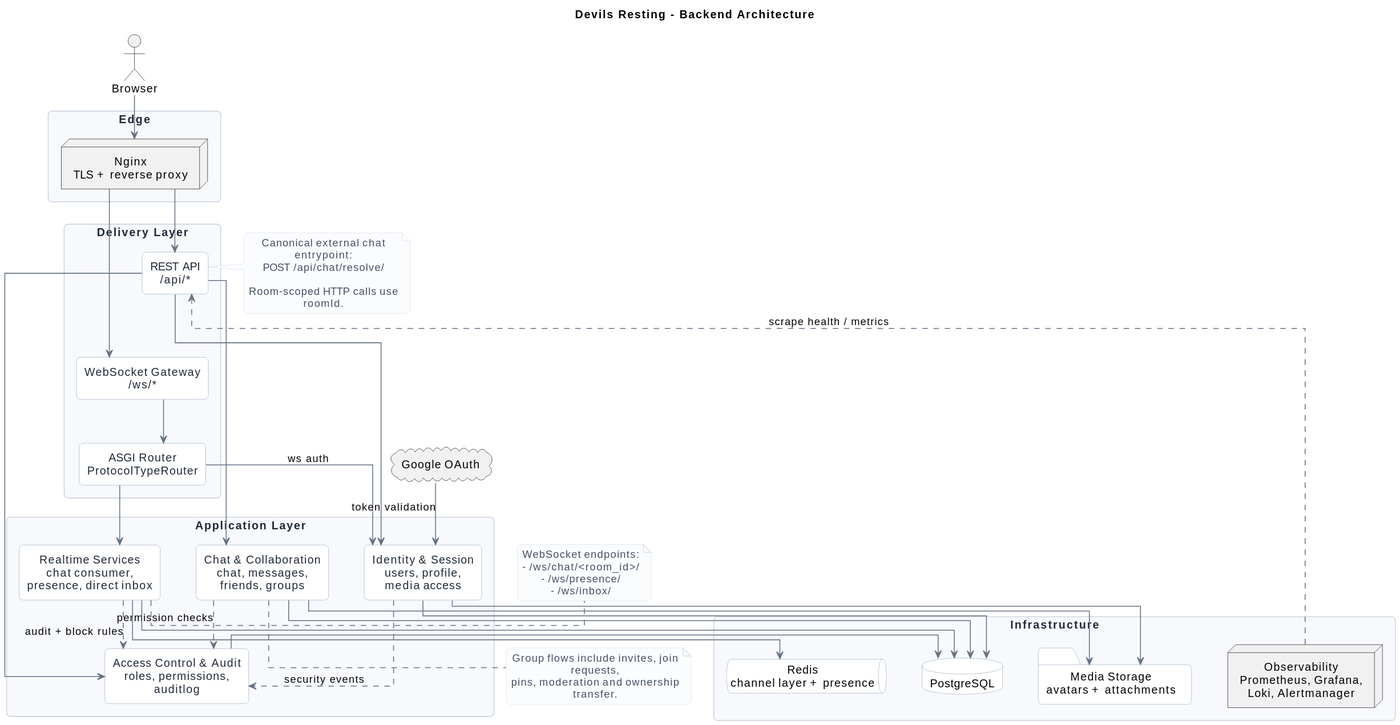
Above: docs/uml/rendered/backend-architecture.svg in asdAet/django-channels-chat-react-- (PlantUML), before the change.
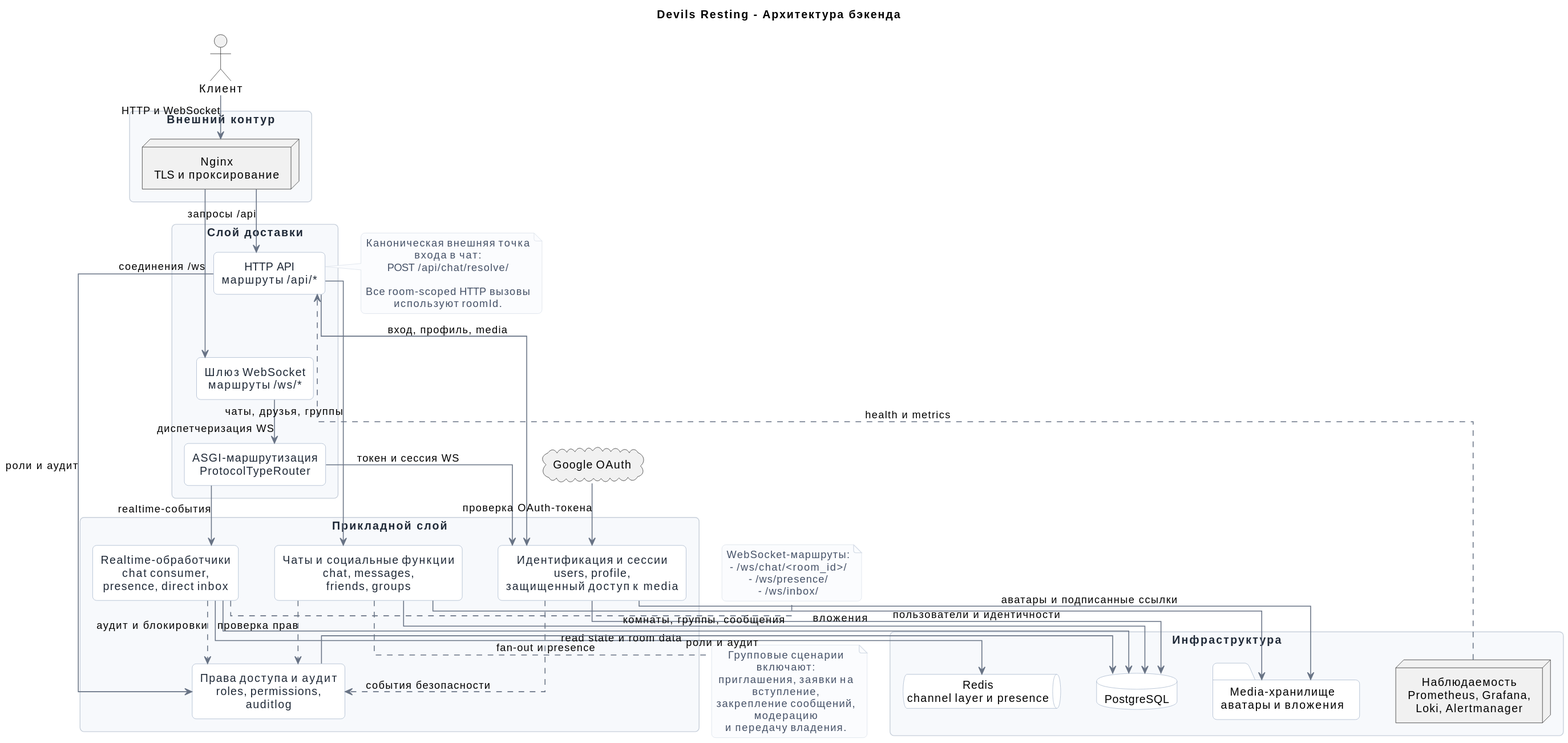
The same diagram one commit later.

Change to the diagram source:
```diff
@@ -1,5 +1,5 @@
 @startuml
-title Devils Resting - Backend Architecture
+title Devils Resting - Архитектура бэкенда
 top to bottom direction
 skinparam shadowing false
 skinparam backgroundColor #ffffff
@@ -11,6 +11,7 @@
 skinparam roundcorner 10
 skinparam ArrowColor #687385
 skinparam ArrowThickness 1.1
+skinparam defaultFontName Arial
 skinparam packageStyle rectangle
 skinparam componentStyle rectangle
 skinparam rectangle {
@@ -46,31 +47,31 @@
   FontColor #445066
 }
 
-actor Browser
+actor "Клиент" as Browser
 cloud "Google OAuth" as Google
 
-rectangle "Edge" {
-  node "Nginx\nTLS + reverse proxy" as Nginx
+rectangle "Внешний контур" {
+  node "Nginx\nTLS и проксирование" as Nginx
 }
 
-rectangle "Delivery Layer" {
-  component "REST API\n/api/*" as Rest
-  component "WebSocket Gateway\n/ws/*" as Ws
-  component "ASGI Router\nProtocolTypeRouter" as Asgi
+rectangle "Слой доставки" {
+  component "HTTP API\nмаршруты /api/*" as Rest
+  component "Шлюз WebSocket\nмаршруты /ws/*" as Ws
+  component "ASGI-маршрутизация\nProtocolTypeRouter" as Asgi
 }
 
-rectangle "Application Layer" {
-  component "Identity & Session\nusers, profile,\nmedia access" as Identity
-  component "Chat & Collaboration\nchat, messages,\nfriends, groups" as Collaboration
-  component "Realtime Services\nchat consumer,\npresence, direct inbox" as Realtime
-  component "Access Control & Audit\nroles, permissions,\nauditlog" as Control
+rectangle "Прикладной слой" {
+  component "Идентификация и сессии\nusers, profile,\nзащищенный доступ к media" as Identity
+  component "Чаты и социальные функции\nchat, messages,\nfriends, groups" as Collaboration
+  component "Realtime-обработчики\nchat consumer,\npresence, direct inbox" as Realtime
+  component "Права доступа и аудит\nroles, permissions,\nauditlog" as Control
 }
 
-rectangle "Infrastructure" {
+rectangle "Инфраструктура" {
   database "PostgreSQL" as Db
-  queue "Redis\nchannel layer + presence" as Redis
-  folder "Media Storage\navatars + attachments" as Media
-  node "Observability\nPrometheus, Grafana,\nLoki, Alertmanager" as Observability
+  queue "Redis\nchannel layer и presence" as Redis
+  folder "Media-хранилище\nаватары и вложения" as Media
+  node "Наблюдаемость\nPrometheus, Grafana,\nLoki, Alertmanager" as Observability
 }
 
 Rest -[hidden]down-> Ws
@@ -82,49 +83,51 @@
 Redis -[hidden]right-> Media
 Media -[hidden]right-> Observability
 
-Browser --> Nginx
-Nginx --> Rest
-Nginx --> Ws
-Ws --> Asgi
+Browser --> Nginx : HTTP и WebSocket
+Nginx --> Rest : запросы /api
+Nginx --> Ws : соединения /ws
+Ws --> Asgi : диспетчеризация WS
 
-Rest --> Identity
-Rest --> Collaboration
-Rest --> Control
+Rest --> Identity : вход, профиль, media
+Rest --> Collaboration : чаты, друзья, группы
+Rest --> Control : роли и аудит
 
-Asgi --> Identity : ws auth
-Asgi --> Realtime
+Asgi --> Identity : токен и сессия WS
+Asgi --> Realtime : realtime-события
 
-Collaboration ..> Control : permission checks
-Identity ..> Control : security events
-Realtime ..> Control : audit + block rules
+Collaboration ..> Control : проверка прав
+Identity ..> Control : события безопасности
+Realtime ..> Control : аудит и блокировки
 
-Identity --> Db
-Identity --> Media
-Collaboration --> Db
-Collaboration --> Media
-Realtime --> Redis
-Realtime --> Db
-Control --> Db
+Identity --> Db : пользователи и идентичности
+Identity --> Media : аватары и подписанные ссылки
+Collaboration --> Db : комнаты, группы, сообщения
+Collaboration --> Media : вложения
+Realtime --> Redis : fan-out и presence
+Realtime --> Db : read state и room data
+Control --> Db : роли и аудит
 
-Google --> Identity : token validation
-Observability ..> Rest : scrape health / metrics
+Google --> Identity : проверка OAuth-токена
+Observability ..> Rest : health и metrics
 
 note right of Rest
-Canonical external chat entrypoint:
+Каноническая внешняя точка входа в чат:
 POST /api/chat/resolve/
 
-Room-scoped HTTP calls use roomId.
+Все room-scoped HTTP вызовы используют roomId.
 end note
 
 note right of Realtime
-WebSocket endpoints:
+WebSocket-маршруты:
 - /ws/chat/<room_id>/
 - /ws/presence/
 - /ws/inbox/
 end note
 
 note bottom of Collaboration
-Group flows include invites, join requests,
-pins, moderation and ownership transfer.
+Групповые сценарии включают:
+приглашения, заявки на вступление,
+закрепление сообщений, модерацию
+и передачу владения.
 end note
 @enduml
```
